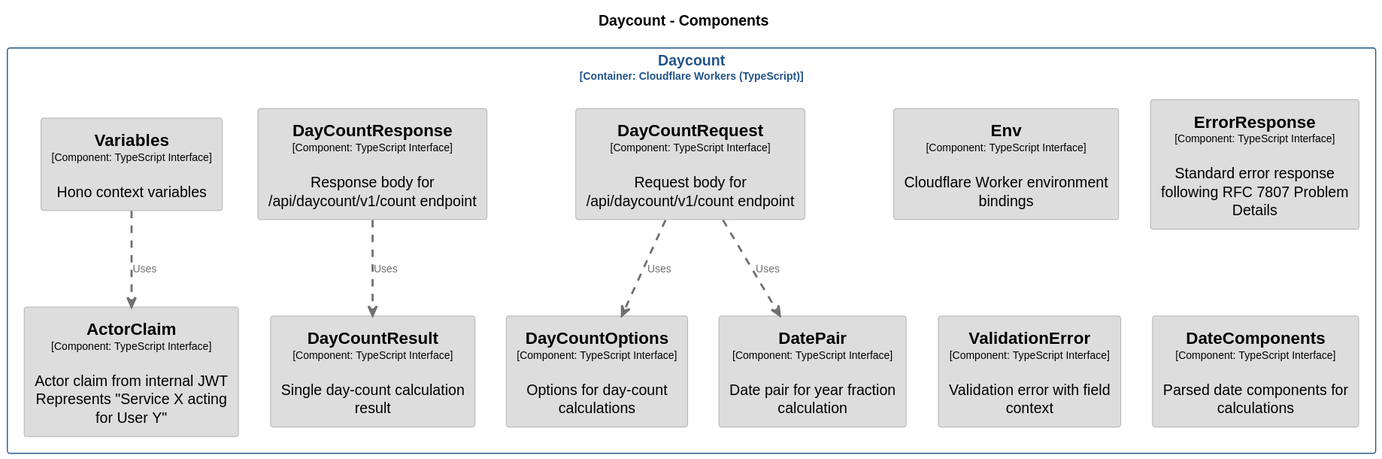
Earlier version of the PlantUML export docs/architecture/diagrams/structurizr-Components_daycount.svg (chrislyons-dev/bond-math). Source of this version:
```plantuml
@startuml
set separator none
title Daycount - Components

top to bottom direction
skinparam ranksep 60
skinparam nodesep 30

skinparam {
  arrowFontSize 10
  defaultTextAlignment center
  wrapWidth 200
  maxMessageSize 100
}

hide stereotype

skinparam rectangle<<bondmath.Daycount.ActorClaim>> {
  BackgroundColor #dddddd
  FontColor #000000
  BorderColor #9a9a9a
  shadowing false
}
skinparam rectangle<<bondmath.Daycount.DateComponents>> {
  BackgroundColor #dddddd
  FontColor #000000
  BorderColor #9a9a9a
  shadowing false
}
skinparam rectangle<<bondmath.Daycount.DatePair>> {
  BackgroundColor #dddddd
  FontColor #000000
  BorderColor #9a9a9a
  shadowing false
}
skinparam rectangle<<bondmath.Daycount.DayCountOptions>> {
  BackgroundColor #dddddd
  FontColor #000000
  BorderColor #9a9a9a
  shadowing false
}
skinparam rectangle<<bondmath.Daycount.DayCountRequest>> {
  BackgroundColor #dddddd
  FontColor #000000
  BorderColor #9a9a9a
  shadowing false
}
skinparam rectangle<<bondmath.Daycount.DayCountResponse>> {
  BackgroundColor #dddddd
  FontColor #000000
  BorderColor #9a9a9a
  shadowing false
}
skinparam rectangle<<bondmath.Daycount.DayCountResult>> {
  BackgroundColor #dddddd
  FontColor #000000
  BorderColor #9a9a9a
  shadowing false
}
skinparam rectangle<<bondmath.Daycount.Env>> {
  BackgroundColor #dddddd
  FontColor #000000
  BorderColor #9a9a9a
  shadowing false
}
skinparam rectangle<<bondmath.Daycount.ErrorResponse>> {
  BackgroundColor #dddddd
  FontColor #000000
  BorderColor #9a9a9a
  shadowing false
}
skinparam rectangle<<bondmath.Daycount.ValidationError>> {
  BackgroundColor #dddddd
  FontColor #000000
  BorderColor #9a9a9a
  shadowing false
}
skinparam rectangle<<bondmath.Daycount.Variables>> {
  BackgroundColor #dddddd
  FontColor #000000
  BorderColor #9a9a9a
  shadowing false
}
skinparam rectangle<<bondmath.Daycount>> {
  BorderColor #22548a
  FontColor #22548a
  shadowing false
}

rectangle "Daycount\n<size:10>[Container: Cloudflare Workers (TypeScript)]</size>" <<bondmath.Daycount>> {
  rectangle "==DayCountOptions\n<size:10>[Component: TypeScript Interface]</size>\n\nOptions for day-count calculations" <<bondmath.Daycount.DayCountOptions>> as bondmath.Daycount.DayCountOptions
  rectangle "==DayCountRequest\n<size:10>[Component: TypeScript Interface]</size>\n\nRequest body for /api/daycount/v1/count endpoint" <<bondmath.Daycount.DayCountRequest>> as bondmath.Daycount.DayCountRequest
  rectangle "==DayCountResponse\n<size:10>[Component: TypeScript Interface]</size>\n\nResponse body for /api/daycount/v1/count endpoint" <<bondmath.Daycount.DayCountResponse>> as bondmath.Daycount.DayCountResponse
  rectangle "==DayCountResult\n<size:10>[Component: TypeScript Interface]</size>\n\nSingle day-count calculation result" <<bondmath.Daycount.DayCountResult>> as bondmath.Daycount.DayCountResult
  rectangle "==Env\n<size:10>[Component: TypeScript Interface]</size>\n\nCloudflare Worker environment bindings" <<bondmath.Daycount.Env>> as bondmath.Daycount.Env
  rectangle "==ErrorResponse\n<size:10>[Component: TypeScript Interface]</size>\n\nStandard error response following RFC 7807 Problem Details" <<bondmath.Daycount.ErrorResponse>> as bondmath.Daycount.ErrorResponse
  rectangle "==ValidationError\n<size:10>[Component: TypeScript Interface]</size>\n\nValidation error with field context" <<bondmath.Daycount.ValidationError>> as bondmath.Daycount.ValidationError
  rectangle "==Variables\n<size:10>[Component: TypeScript Interface]</size>\n\nHono context variables" <<bondmath.Daycount.Variables>> as bondmath.Daycount.Variables
  rectangle "==ActorClaim\n<size:10>[Component: TypeScript Interface]</size>\n\nActor claim from internal JWT Represents "Service X acting for User Y"" <<bondmath.Daycount.ActorClaim>> as bondmath.Daycount.ActorClaim
  rectangle "==DateComponents\n<size:10>[Component: TypeScript Interface]</size>\n\nParsed date components for calculations" <<bondmath.Daycount.DateComponents>> as bondmath.Daycount.DateComponents
  rectangle "==DatePair\n<size:10>[Component: TypeScript Interface]</size>\n\nDate pair for year fraction calculation" <<bondmath.Daycount.DatePair>> as bondmath.Daycount.DatePair
}

bondmath.Daycount.DayCountRequest .[#707070,thickness=2].> bondmath.Daycount.DatePair : "<color:#707070>Uses"
bondmath.Daycount.DayCountRequest .[#707070,thickness=2].> bondmath.Daycount.DayCountOptions : "<color:#707070>Uses"
bondmath.Daycount.DayCountResponse .[#707070,thickness=2].> bondmath.Daycount.DayCountResult : "<color:#707070>Uses"
bondmath.Daycount.Variables .[#707070,thickness=2].> bondmath.Daycount.ActorClaim : "<color:#707070>Uses"
@enduml
```
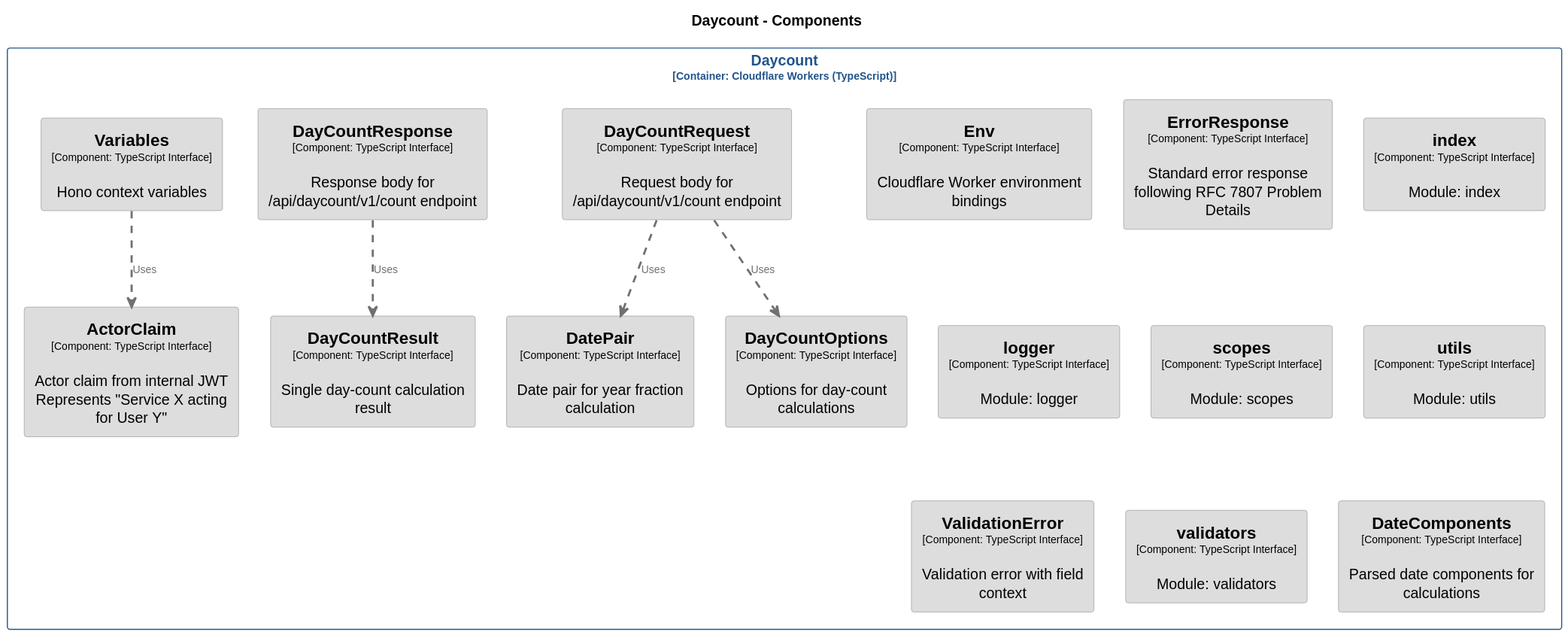
After the commit.

Change to the diagram source:
```diff
@@ -81,6 +81,36 @@
   BorderColor #9a9a9a
   shadowing false
 }
+skinparam rectangle<<bondmath.Daycount.index>> {
+  BackgroundColor #dddddd
+  FontColor #000000
+  BorderColor #9a9a9a
+  shadowing false
+}
+skinparam rectangle<<bondmath.Daycount.logger>> {
+  BackgroundColor #dddddd
+  FontColor #000000
+  BorderColor #9a9a9a
+  shadowing false
+}
+skinparam rectangle<<bondmath.Daycount.scopes>> {
+  BackgroundColor #dddddd
+  FontColor #000000
+  BorderColor #9a9a9a
+  shadowing false
+}
+skinparam rectangle<<bondmath.Daycount.utils>> {
+  BackgroundColor #dddddd
+  FontColor #000000
+  BorderColor #9a9a9a
+  shadowing false
+}
+skinparam rectangle<<bondmath.Daycount.validators>> {
+  BackgroundColor #dddddd
+  FontColor #000000
+  BorderColor #9a9a9a
+  shadowing false
+}
 skinparam rectangle<<bondmath.Daycount>> {
   BorderColor #22548a
   FontColor #22548a
@@ -88,17 +118,22 @@
 }
 
 rectangle "Daycount\n<size:10>[Container: Cloudflare Workers (TypeScript)]</size>" <<bondmath.Daycount>> {
+  rectangle "==DatePair\n<size:10>[Component: TypeScript Interface]</size>\n\nDate pair for year fraction calculation" <<bondmath.Daycount.DatePair>> as bondmath.Daycount.DatePair
   rectangle "==DayCountOptions\n<size:10>[Component: TypeScript Interface]</size>\n\nOptions for day-count calculations" <<bondmath.Daycount.DayCountOptions>> as bondmath.Daycount.DayCountOptions
   rectangle "==DayCountRequest\n<size:10>[Component: TypeScript Interface]</size>\n\nRequest body for /api/daycount/v1/count endpoint" <<bondmath.Daycount.DayCountRequest>> as bondmath.Daycount.DayCountRequest
   rectangle "==DayCountResponse\n<size:10>[Component: TypeScript Interface]</size>\n\nResponse body for /api/daycount/v1/count endpoint" <<bondmath.Daycount.DayCountResponse>> as bondmath.Daycount.DayCountResponse
   rectangle "==DayCountResult\n<size:10>[Component: TypeScript Interface]</size>\n\nSingle day-count calculation result" <<bondmath.Daycount.DayCountResult>> as bondmath.Daycount.DayCountResult
   rectangle "==Env\n<size:10>[Component: TypeScript Interface]</size>\n\nCloudflare Worker environment bindings" <<bondmath.Daycount.Env>> as bondmath.Daycount.Env
   rectangle "==ErrorResponse\n<size:10>[Component: TypeScript Interface]</size>\n\nStandard error response following RFC 7807 Problem Details" <<bondmath.Daycount.ErrorResponse>> as bondmath.Daycount.ErrorResponse
+  rectangle "==index\n<size:10>[Component: TypeScript Interface]</size>\n\nModule: index" <<bondmath.Daycount.index>> as bondmath.Daycount.index
+  rectangle "==logger\n<size:10>[Component: TypeScript Interface]</size>\n\nModule: logger" <<bondmath.Daycount.logger>> as bondmath.Daycount.logger
+  rectangle "==scopes\n<size:10>[Component: TypeScript Interface]</size>\n\nModule: scopes" <<bondmath.Daycount.scopes>> as bondmath.Daycount.scopes
+  rectangle "==utils\n<size:10>[Component: TypeScript Interface]</size>\n\nModule: utils" <<bondmath.Daycount.utils>> as bondmath.Daycount.utils
   rectangle "==ValidationError\n<size:10>[Component: TypeScript Interface]</size>\n\nValidation error with field context" <<bondmath.Daycount.ValidationError>> as bondmath.Daycount.ValidationError
+  rectangle "==validators\n<size:10>[Component: TypeScript Interface]</size>\n\nModule: validators" <<bondmath.Daycount.validators>> as bondmath.Daycount.validators
   rectangle "==Variables\n<size:10>[Component: TypeScript Interface]</size>\n\nHono context variables" <<bondmath.Daycount.Variables>> as bondmath.Daycount.Variables
   rectangle "==ActorClaim\n<size:10>[Component: TypeScript Interface]</size>\n\nActor claim from internal JWT Represents "Service X acting for User Y"" <<bondmath.Daycount.ActorClaim>> as bondmath.Daycount.ActorClaim
   rectangle "==DateComponents\n<size:10>[Component: TypeScript Interface]</size>\n\nParsed date components for calculations" <<bondmath.Daycount.DateComponents>> as bondmath.Daycount.DateComponents
-  rectangle "==DatePair\n<size:10>[Component: TypeScript Interface]</size>\n\nDate pair for year fraction calculation" <<bondmath.Daycount.DatePair>> as bondmath.Daycount.DatePair
 }
 
 bondmath.Daycount.DayCountRequest .[#707070,thickness=2].> bondmath.Daycount.DatePair : "<color:#707070>Uses"
```
